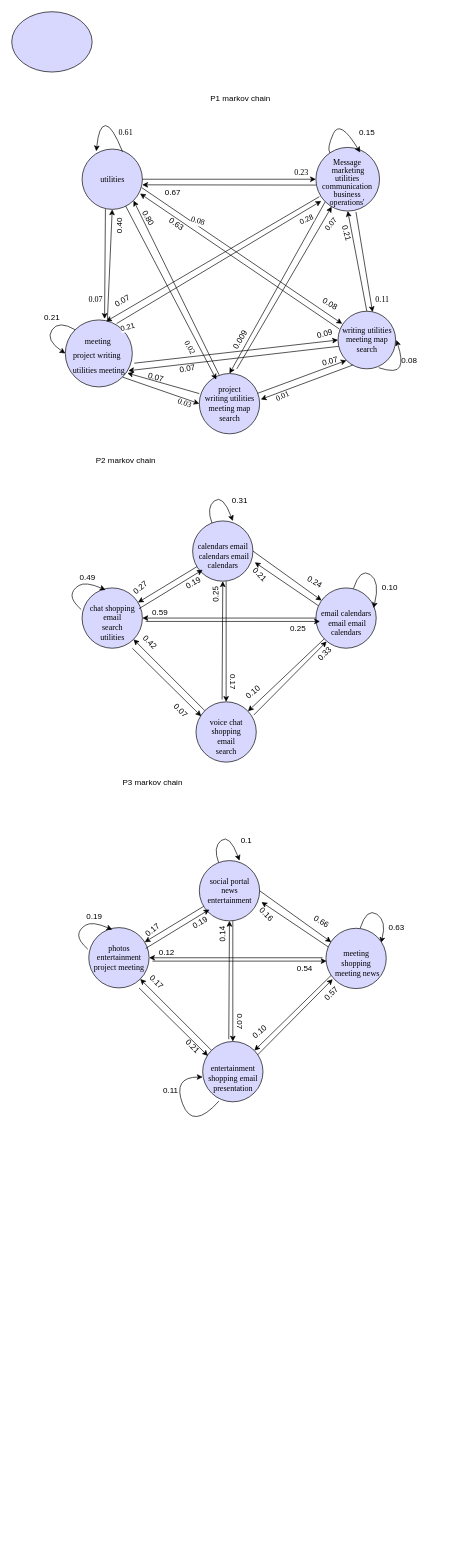
The draw.io diagram Untitled Diagram.drawio in oluwande/zmPDSwR, before the edit. Source tidied: cells renumbered, new cells numbered last; positions are measured from the earlier drawing's top-left corner, leaving out a move shared by most shapes. Both pictures are drawn from the tidied source at 67%, with x=0, y=0 at pixel (11, 11).
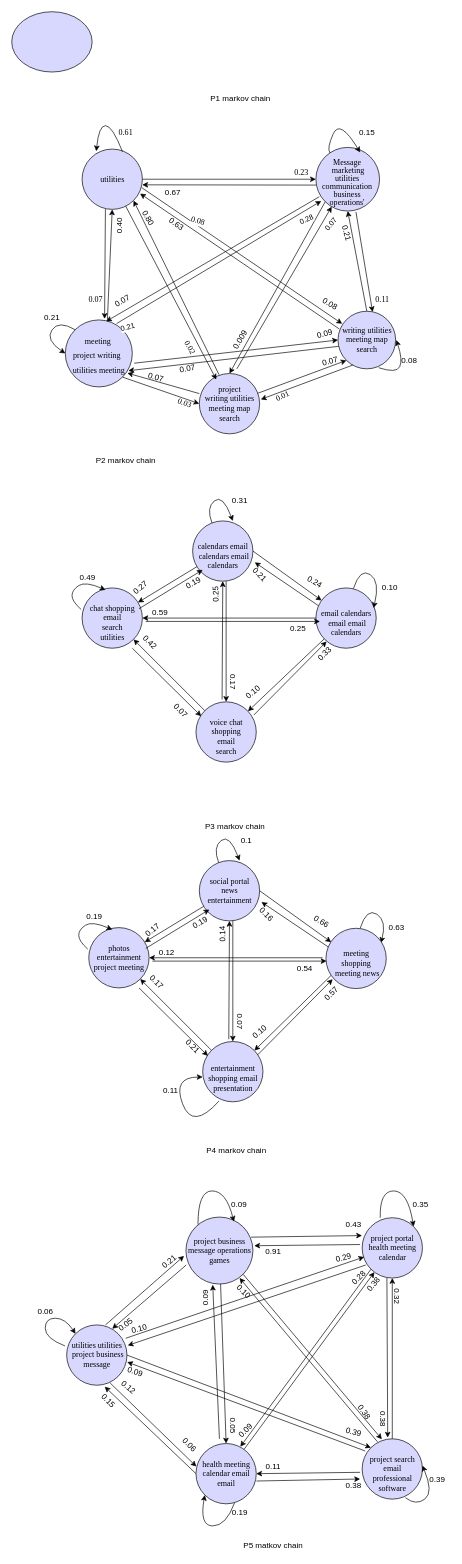
The same diagram, later.

What changed in the source:
```diff
@@
     <mxCell id="94" value="P3 markov chain&lt;br&gt;" style="text;html=1;align=center;verticalAlign=middle;strokeColor=none;fillColor=none;" parent="1" vertex="1">
-      <mxGeometry x="155" y="1140" width="110" height="20" as="geometry" />
+      <mxGeometry x="278" y="1207" width="110" height="20" as="geometry" />
     </mxCell>
@@
+    <mxCell id="131" value="P4 markov chain" style="text;html=1;align=center;verticalAlign=middle;strokeColor=none;fillColor=none;" parent="1" vertex="1">
+      <mxGeometry x="280" y="1690" width="110" height="20" as="geometry" />
+    </mxCell>
+    <mxCell id="132" value="project business &lt;br&gt;message operations &lt;br&gt;games" style="shape=ellipse;html=1;dashed=0;whitespace=wrap;perimeter=ellipsePerimeter;fontFamily=Times New Roman;align=center;fontSize=12;fillColor=#D8D8FF;" parent="1" vertex="1">
+      <mxGeometry x="260" y="1799" width="100" height="100" as="geometry" />
+    </mxCell>
+    <mxCell id="133" value="project portal &lt;br&gt;health meeting &lt;br&gt;calendar" style="shape=ellipse;html=1;dashed=0;whitespace=wrap;perimeter=ellipsePerimeter;fontFamily=Times New Roman;align=center;fontSize=12;fillColor=#D8D8FF;" parent="1" vertex="1">
+      <mxGeometry x="523" y="1800" width="90" height="90" as="geometry" />
+    </mxCell>
+    <mxCell id="134" value="&lt;table border=&quot;0&quot; cellpadding=&quot;0&quot; cellspacing=&quot;0&quot; width=&quot;64&quot; style=&quot;border-collapse: collapse ; width: 48pt&quot;&gt;&lt;tbody&gt;&lt;tr style=&quot;height: 15.0pt&quot;&gt;&lt;br/&gt;  &lt;td height=&quot;20&quot; width=&quot;64&quot; style=&quot;height: 15.0pt ; width: 48pt&quot;&gt;project search &lt;br&gt;email&lt;br/&gt;  professional &lt;br&gt;software&lt;/td&gt;&lt;/tr&gt;&lt;/tbody&gt;&lt;/table&gt;" style="shape=ellipse;html=1;dashed=0;whitespace=wrap;perimeter=ellipsePerimeter;fontFamily=Times New Roman;align=center;fontSize=12;fillColor=#D8D8FF;" parent="1" vertex="1">
+      <mxGeometry x="523" y="2130" width="90" height="90" as="geometry" />
+    </mxCell>
+    <mxCell id="135" value="health meeting &lt;br&gt;calendar email &lt;br&gt;email" style="shape=ellipse;html=1;dashed=0;whitespace=wrap;perimeter=ellipsePerimeter;fontFamily=Times New Roman;align=center;fontSize=12;fillColor=#D8D8FF;" parent="1" vertex="1">
+      <mxGeometry x="275" y="2137" width="90" height="90" as="geometry" />
+    </mxCell>
+    <mxCell id="136" value="utilities utilities&lt;br&gt;&amp;nbsp;project business &lt;br&gt;message" style="shape=ellipse;html=1;dashed=0;whitespace=wrap;perimeter=ellipsePerimeter;fontFamily=Times New Roman;align=center;fontSize=12;fillColor=#D8D8FF;" parent="1" vertex="1">
+      <mxGeometry x="82" y="1960" width="90" height="90" as="geometry" />
+    </mxCell>
+    <mxCell id="137" style="endArrow=classic;html=1;rounded=0;exitX=0.644;exitY=0;exitDx=0;exitDy=0;exitPerimeter=0;entryX=-0.028;entryY=0.58;entryDx=0;entryDy=0;entryPerimeter=0;" parent="1" edge="1" source="136" target="132">
+      <mxGeometry relative="1" as="geometry" />
+    </mxCell>
+    <mxCell id="138" style="endArrow=classic;html=1;rounded=0;entryX=0.756;entryY=0.064;entryDx=0;entryDy=0;exitX=0.004;exitY=0.716;exitDx=0;exitDy=0;exitPerimeter=0;entryPerimeter=0;" parent="1" edge="1" source="132" target="136">
+      <mxGeometry relative="1" as="geometry" />
+    </mxCell>
+    <mxCell id="139" style="endArrow=classic;html=1;rounded=0;entryX=-0.002;entryY=0.296;entryDx=0;entryDy=0;entryPerimeter=0;exitX=0.972;exitY=0.3;exitDx=0;exitDy=0;exitPerimeter=0;" parent="1" edge="1" source="132" target="133">
+      <mxGeometry relative="1" as="geometry" />
+    </mxCell>
+    <mxCell id="140" style="endArrow=classic;html=1;rounded=0;entryX=1.02;entryY=0.428;entryDx=0;entryDy=0;entryPerimeter=0;" parent="1" edge="1" target="132">
+      <mxGeometry relative="1" as="geometry">
+        <mxPoint x="520" y="1840" as="sourcePoint" />
+      </mxGeometry>
+    </mxCell>
+    <mxCell id="141" style="endArrow=classic;html=1;rounded=0;entryX=0.007;entryY=0.382;entryDx=0;entryDy=0;entryPerimeter=0;exitX=0.72;exitY=0.962;exitDx=0;exitDy=0;exitPerimeter=0;" parent="1" edge="1" source="136" target="135">
+      <mxGeometry relative="1" as="geometry" />
+    </mxCell>
+    <mxCell id="142" style="endArrow=classic;html=1;rounded=0;entryX=0.631;entryY=1.024;entryDx=0;entryDy=0;entryPerimeter=0;exitX=0;exitY=0.5;exitDx=0;exitDy=0;" parent="1" edge="1" source="135" target="136">
+      <mxGeometry relative="1" as="geometry" />
+    </mxCell>
+    <mxCell id="143" style="endArrow=classic;html=1;rounded=0;exitX=1.002;exitY=0.622;exitDx=0;exitDy=0;exitPerimeter=0;" parent="1" edge="1" source="135">
+      <mxGeometry relative="1" as="geometry">
+        <mxPoint x="520" y="2190" as="targetPoint" />
+      </mxGeometry>
+    </mxCell>
+    <mxCell id="144" style="endArrow=classic;html=1;rounded=0;entryX=1;entryY=0.5;entryDx=0;entryDy=0;" parent="1" edge="1" target="135">
+      <mxGeometry relative="1" as="geometry">
+        <mxPoint x="520" y="2180" as="sourcePoint" />
+      </mxGeometry>
+    </mxCell>
+    <mxCell id="145" style="endArrow=classic;html=1;rounded=0;entryX=0.5;entryY=1;entryDx=0;entryDy=0;" parent="1" edge="1" source="134" target="133">
+      <mxGeometry relative="1" as="geometry" />
+    </mxCell>
+    <mxCell id="146" style="endArrow=classic;html=1;rounded=0;entryX=0.424;entryY=-0.02;entryDx=0;entryDy=0;exitX=0.411;exitY=1;exitDx=0;exitDy=0;exitPerimeter=0;entryPerimeter=0;" parent="1" edge="1" source="133" target="134">
+      <mxGeometry relative="1" as="geometry" />
+    </mxCell>
+    <mxCell id="147" style="endArrow=classic;html=1;rounded=0;entryX=0.033;entryY=0.651;entryDx=0;entryDy=0;entryPerimeter=0;exitX=0.978;exitY=0.222;exitDx=0;exitDy=0;exitPerimeter=0;" parent="1" edge="1" source="136" target="133">
+      <mxGeometry relative="1" as="geometry" />
+    </mxCell>
+    <mxCell id="148" style="endArrow=classic;html=1;rounded=0;entryX=1.013;entryY=0.34;entryDx=0;entryDy=0;entryPerimeter=0;exitX=0.06;exitY=0.784;exitDx=0;exitDy=0;exitPerimeter=0;" parent="1" edge="1" source="133" target="136">
+      <mxGeometry relative="1" as="geometry" />
+    </mxCell>
+    <mxCell id="149" style="endArrow=classic;html=1;rounded=0;exitX=1;exitY=0.5;exitDx=0;exitDy=0;entryX=0;entryY=0;entryDx=0;entryDy=0;" parent="1" edge="1" source="136" target="134">
+      <mxGeometry relative="1" as="geometry" />
+    </mxCell>
+    <mxCell id="150" style="endArrow=classic;html=1;rounded=0;entryX=1.004;entryY=0.616;entryDx=0;entryDy=0;entryPerimeter=0;exitX=0.051;exitY=0.202;exitDx=0;exitDy=0;exitPerimeter=0;" parent="1" edge="1" source="134" target="136">
+      <mxGeometry relative="1" as="geometry" />
+    </mxCell>
+    <mxCell id="151" style="endArrow=classic;html=1;rounded=0;" parent="1" edge="1" source="135" target="133">
+      <mxGeometry relative="1" as="geometry" />
+    </mxCell>
+    <mxCell id="152" style="endArrow=classic;html=1;rounded=0;entryX=0.736;entryY=0.053;entryDx=0;entryDy=0;entryPerimeter=0;exitX=0;exitY=1;exitDx=0;exitDy=0;" parent="1" edge="1" source="133" target="135">
+      <mxGeometry relative="1" as="geometry" />
+    </mxCell>
+    <mxCell id="153" style="curved=1;endArrow=classic;html=1;rounded=0;exitX=-0.027;exitY=0.349;exitDx=0;exitDy=0;exitPerimeter=0;entryX=0;entryY=0;entryDx=0;entryDy=0;" parent="1" edge="1" source="136" target="136">
+      <mxGeometry relative="1" as="geometry">
+        <Array as="points">
+          <mxPoint x="50" y="1980" />
+          <mxPoint x="50" y="1950" />
+          <mxPoint x="80" y="1950" />
+        </Array>
+      </mxGeometry>
+    </mxCell>
+    <mxCell id="154" style="curved=1;endArrow=classic;html=1;rounded=0;exitX=0.718;exitY=0.976;exitDx=0;exitDy=0;exitPerimeter=0;" parent="1" edge="1" source="134">
+      <mxGeometry relative="1" as="geometry">
+        <mxPoint x="613" y="2170" as="targetPoint" />
+        <Array as="points">
+          <mxPoint x="603" y="2230" />
+          <mxPoint x="630" y="2210" />
+        </Array>
+      </mxGeometry>
+    </mxCell>
+    <mxCell id="155" style="curved=1;endArrow=classic;html=1;rounded=0;entryX=0.716;entryY=0.068;entryDx=0;entryDy=0;entryPerimeter=0;" parent="1" edge="1" target="132">
+      <mxGeometry relative="1" as="geometry">
+        <mxPoint x="278" y="1810" as="sourcePoint" />
+        <Array as="points">
+          <mxPoint x="278" y="1760" />
+          <mxPoint x="320" y="1760" />
+        </Array>
+      </mxGeometry>
+    </mxCell>
+    <mxCell id="156" style="curved=1;endArrow=classic;html=1;rounded=0;entryX=1;entryY=0;entryDx=0;entryDy=0;" parent="1" edge="1" target="133">
+      <mxGeometry relative="1" as="geometry">
+        <mxPoint x="550" y="1800" as="sourcePoint" />
+        <Array as="points">
+          <mxPoint x="549" y="1760" />
+          <mxPoint x="591" y="1760" />
+        </Array>
+      </mxGeometry>
+    </mxCell>
+    <mxCell id="157" style="curved=1;endArrow=classic;html=1;rounded=0;exitX=0.638;exitY=0.987;exitDx=0;exitDy=0;exitPerimeter=0;entryX=0;entryY=1;entryDx=0;entryDy=0;" parent="1" edge="1" source="135" target="135">
+      <mxGeometry relative="1" as="geometry">
+        <Array as="points">
+          <mxPoint x="320" y="2260" />
+          <mxPoint x="280" y="2260" />
+        </Array>
+      </mxGeometry>
+    </mxCell>
+    <mxCell id="158" value="0.06" style="text;html=1;align=center;verticalAlign=middle;strokeColor=none;fillColor=none;" parent="1" vertex="1">
+      <mxGeometry x="30" y="1930" width="40" height="20" as="geometry" />
+    </mxCell>
+    <mxCell id="159" value="0.21" style="text;html=1;align=center;verticalAlign=middle;strokeColor=none;fillColor=none;rotation=-40;" parent="1" vertex="1">
+      <mxGeometry x="215" y="1856" width="40" height="20" as="geometry" />
+    </mxCell>
+    <mxCell id="160" value="0.29" style="text;html=1;align=center;verticalAlign=middle;strokeColor=none;fillColor=none;rotation=-15;" parent="1" vertex="1">
+      <mxGeometry x="475" y="1850" width="40" height="20" as="geometry" />
+    </mxCell>
+    <mxCell id="161" value="0.06" style="text;html=1;align=center;verticalAlign=middle;strokeColor=none;fillColor=none;rotation=45;" parent="1" vertex="1">
+      <mxGeometry x="245" y="2129" width="40" height="20" as="geometry" />
+    </mxCell>
+    <mxCell id="162" value="0.39" style="text;html=1;align=center;verticalAlign=middle;strokeColor=none;fillColor=none;rotation=15;" parent="1" vertex="1">
+      <mxGeometry x="490" y="2110" width="40" height="20" as="geometry" />
+    </mxCell>
+    <mxCell id="163" value="0.05" style="text;html=1;align=center;verticalAlign=middle;strokeColor=none;fillColor=none;rotation=-38;" parent="1" vertex="1">
+      <mxGeometry x="150" y="1950" width="40" height="20" as="geometry" />
+    </mxCell>
+    <mxCell id="164" style="endArrow=classic;html=1;rounded=0;entryX=0.327;entryY=0.007;entryDx=0;entryDy=0;entryPerimeter=0;exitX=1;exitY=1;exitDx=0;exitDy=0;" parent="1" edge="1" source="132" target="134">
+      <mxGeometry relative="1" as="geometry" />
+    </mxCell>
+    <mxCell id="165" style="endArrow=classic;html=1;rounded=0;exitX=0.256;exitY=0.051;exitDx=0;exitDy=0;exitPerimeter=0;" parent="1" edge="1" source="134">
+      <mxGeometry relative="1" as="geometry">
+        <mxPoint x="340" y="1890" as="targetPoint" />
+      </mxGeometry>
+    </mxCell>
+    <mxCell id="166" value="0.09" style="text;html=1;align=center;verticalAlign=middle;strokeColor=none;fillColor=none;" parent="1" vertex="1">
+      <mxGeometry x="319" y="1770" width="40" height="20" as="geometry" />
+    </mxCell>
+    <mxCell id="167" value="0.43" style="text;html=1;align=center;verticalAlign=middle;strokeColor=none;fillColor=none;" parent="1" vertex="1">
+      <mxGeometry x="490" y="1800" width="40" height="20" as="geometry" />
+    </mxCell>
+    <mxCell id="168" style="endArrow=classic;html=1;rounded=0;entryX=0.5;entryY=0;entryDx=0;entryDy=0;" parent="1" edge="1" source="132" target="135">
+      <mxGeometry relative="1" as="geometry" />
+    </mxCell>
+    <mxCell id="169" value="0.05" style="text;html=1;align=center;verticalAlign=middle;strokeColor=none;fillColor=none;rotation=90;" parent="1" vertex="1">
+      <mxGeometry x="310" y="2100" width="40" height="20" as="geometry" />
+    </mxCell>
+    <mxCell id="170" value="0.38" style="text;html=1;align=center;verticalAlign=middle;strokeColor=none;fillColor=none;rotation=55;" parent="1" vertex="1">
+      <mxGeometry x="506" y="2080" width="40" height="20" as="geometry" />
+    </mxCell>
+    <mxCell id="171" value="0.10" style="text;html=1;align=center;verticalAlign=middle;strokeColor=none;fillColor=none;rotation=-15;" parent="1" vertex="1">
+      <mxGeometry x="170" y="1956" width="40" height="20" as="geometry" />
+    </mxCell>
+    <mxCell id="172" value="0.91" style="text;html=1;align=center;verticalAlign=middle;strokeColor=none;fillColor=none;" parent="1" vertex="1">
+      <mxGeometry x="370" y="1840" width="40" height="20" as="geometry" />
+    </mxCell>
+    <mxCell id="173" value="0.35" style="text;html=1;align=center;verticalAlign=middle;strokeColor=none;fillColor=none;" parent="1" vertex="1">
+      <mxGeometry x="590" y="1770" width="40" height="20" as="geometry" />
+    </mxCell>
+    <mxCell id="174" value="0.09" style="text;html=1;align=center;verticalAlign=middle;strokeColor=none;fillColor=none;rotation=-45;" parent="1" vertex="1">
+      <mxGeometry x="329" y="2108" width="40" height="20" as="geometry" />
+    </mxCell>
+    <mxCell id="175" value="0.38" style="text;html=1;align=center;verticalAlign=middle;strokeColor=none;fillColor=none;rotation=90;" parent="1" vertex="1">
+      <mxGeometry x="534" y="2090" width="40" height="20" as="geometry" />
+    </mxCell>
+    <mxCell id="176" value="0.12" style="text;html=1;align=center;verticalAlign=middle;strokeColor=none;fillColor=none;rotation=40;" parent="1" vertex="1">
+      <mxGeometry x="154" y="2043" width="40" height="20" as="geometry" />
+    </mxCell>
+    <mxCell id="177" value="0.09" style="text;html=1;align=center;verticalAlign=middle;strokeColor=none;fillColor=none;rotation=-90;" parent="1" vertex="1">
+      <mxGeometry x="270" y="1910" width="40" height="20" as="geometry" />
+    </mxCell>
+    <mxCell id="178" style="endArrow=classic;html=1;rounded=0;" parent="1" edge="1">
+      <mxGeometry relative="1" as="geometry">
+        <mxPoint x="310" y="2130" as="sourcePoint" />
+        <mxPoint x="300" y="1900" as="targetPoint" />
+      </mxGeometry>
+    </mxCell>
+    <mxCell id="179" value="0.28" style="text;html=1;align=center;verticalAlign=middle;strokeColor=none;fillColor=none;rotation=-45;" parent="1" vertex="1">
+      <mxGeometry x="498" y="1880" width="40" height="20" as="geometry" />
+    </mxCell>
+    <mxCell id="180" value="0.19" style="text;html=1;align=center;verticalAlign=middle;strokeColor=none;fillColor=none;" parent="1" vertex="1">
+      <mxGeometry x="320" y="2230" width="40" height="20" as="geometry" />
+    </mxCell>
+    <mxCell id="181" value="0.38" style="text;html=1;align=center;verticalAlign=middle;strokeColor=none;fillColor=none;rotation=-50;" parent="1" vertex="1">
+      <mxGeometry x="520" y="1890" width="40" height="20" as="geometry" />
+    </mxCell>
+    <mxCell id="182" value="0.10" style="text;html=1;align=center;verticalAlign=middle;strokeColor=none;fillColor=none;rotation=45;" parent="1" vertex="1">
+      <mxGeometry x="326" y="1900" width="40" height="20" as="geometry" />
+    </mxCell>
+    <mxCell id="183" value="0.09" style="text;html=1;align=center;verticalAlign=middle;strokeColor=none;fillColor=none;rotation=20;" parent="1" vertex="1">
+      <mxGeometry x="164" y="2020" width="40" height="20" as="geometry" />
+    </mxCell>
+    <mxCell id="184" value="0.32" style="text;html=1;align=center;verticalAlign=middle;strokeColor=none;fillColor=none;rotation=90;" parent="1" vertex="1">
+      <mxGeometry x="555" y="1907" width="40" height="20" as="geometry" />
+    </mxCell>
+    <mxCell id="185" value="0.11" style="text;html=1;align=center;verticalAlign=middle;strokeColor=none;fillColor=none;" parent="1" vertex="1">
+      <mxGeometry x="370" y="2161" width="40" height="20" as="geometry" />
+    </mxCell>
+    <mxCell id="186" value="0.39" style="text;html=1;align=center;verticalAlign=middle;strokeColor=none;fillColor=none;" parent="1" vertex="1">
+      <mxGeometry x="615" y="2181" width="40" height="20" as="geometry" />
+    </mxCell>
+    <mxCell id="187" value="0.38" style="text;html=1;align=center;verticalAlign=middle;strokeColor=none;fillColor=none;" parent="1" vertex="1">
+      <mxGeometry x="490" y="2190" width="40" height="20" as="geometry" />
+    </mxCell>
+    <mxCell id="188" value="0.15" style="text;html=1;align=center;verticalAlign=middle;strokeColor=none;fillColor=none;rotation=45;" parent="1" vertex="1">
+      <mxGeometry x="124" y="2063" width="40" height="20" as="geometry" />
+    </mxCell>
+    <mxCell id="189" value="P5 matkov chain" style="text;html=1;align=center;verticalAlign=middle;strokeColor=none;fillColor=none;" parent="1" vertex="1">
+      <mxGeometry x="340" y="2280" width="100" height="20" as="geometry" />
+    </mxCell>
```
